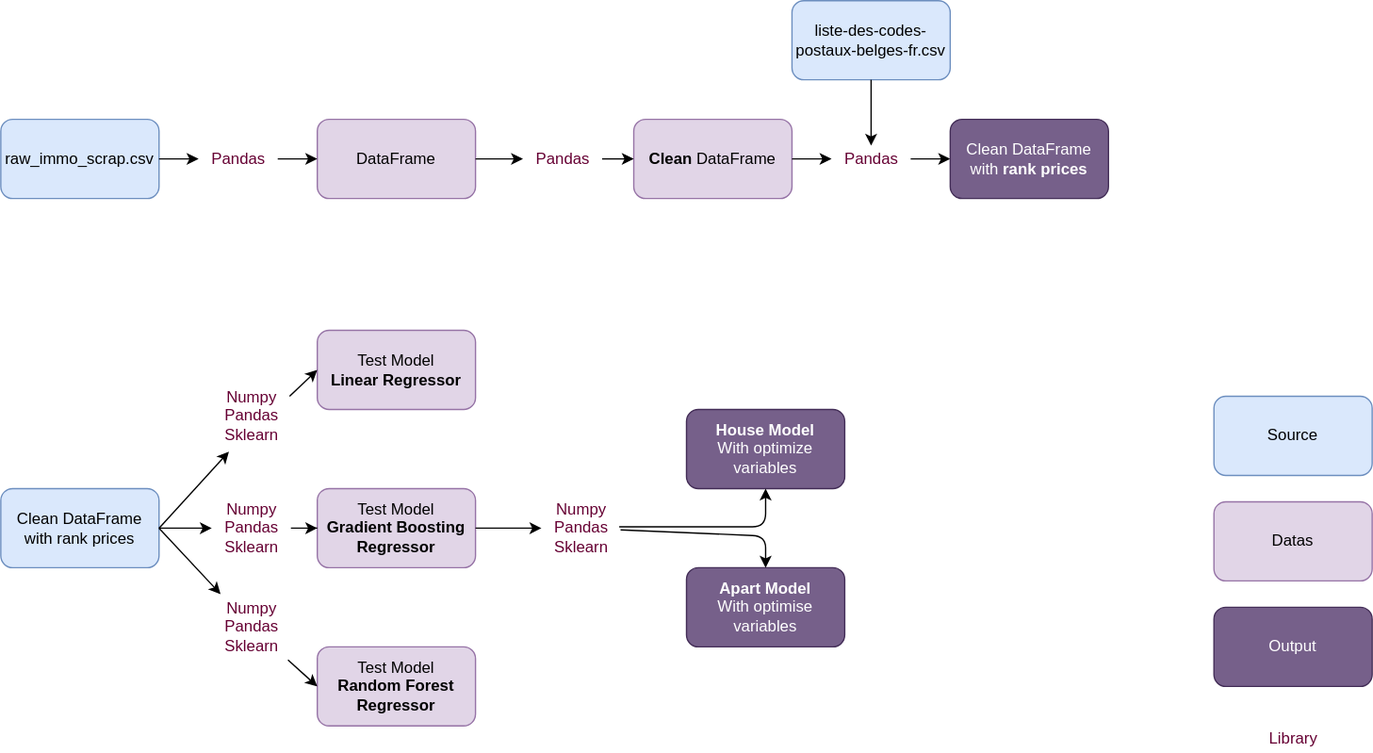
Before: Schemas/Prediction Diagram.svg, a diagram exported from draw.io (Demesmaeker/ImmoEliza). Source tidied: cells renumbered, new cells last; positions are measured from the earlier drawing's top-left corner, leaving out a move shared by most shapes.
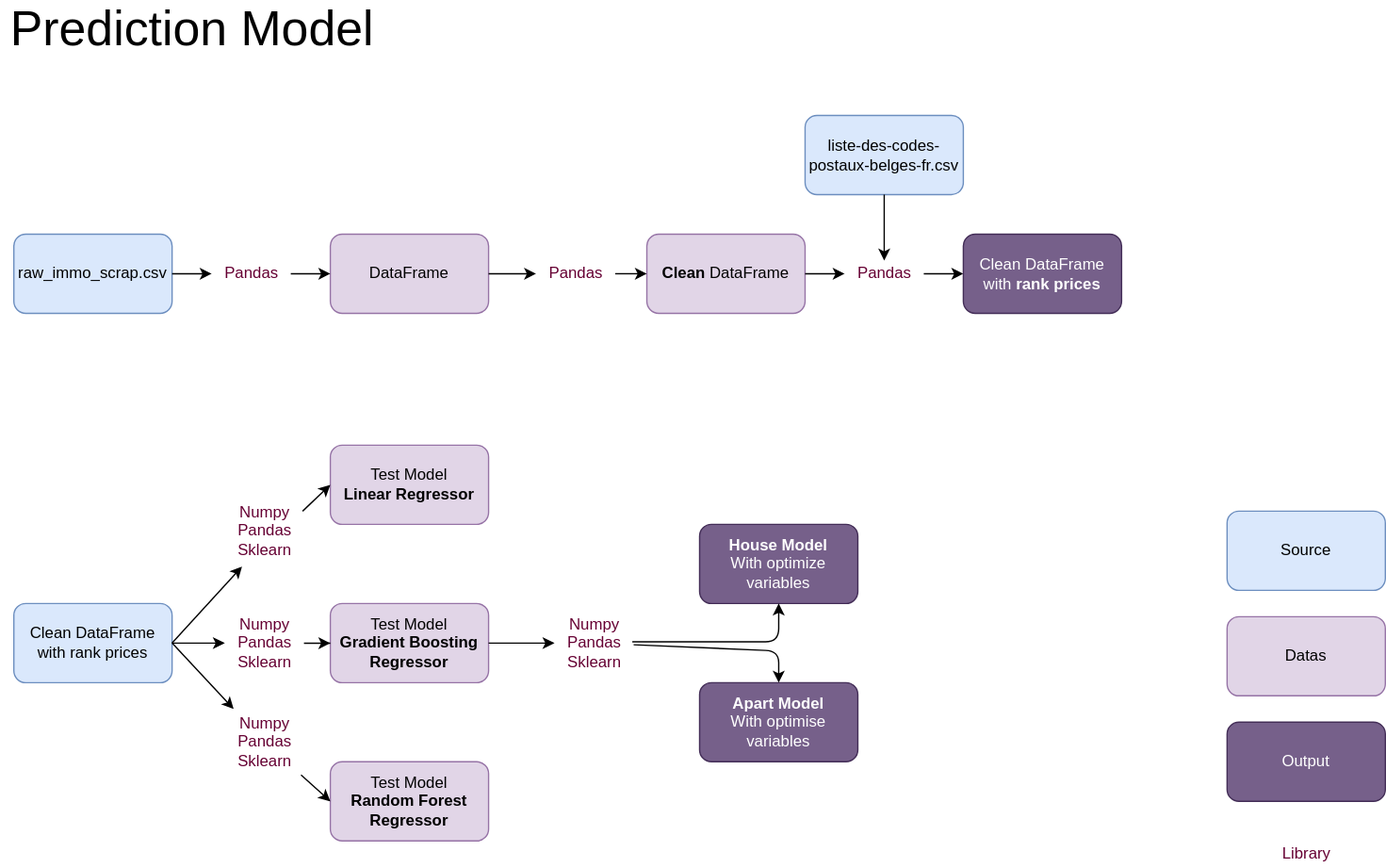
The same diagram one commit later.

Diff of the diagram source:
```diff
@@ -128,5 +128,8 @@
         </Array>
       </mxGeometry>
     </mxCell>
+    <mxCell id="40" value="&lt;font style=&quot;font-size: 37px&quot;&gt;Prediction Model&lt;/font&gt;" style="text;html=1;align=center;verticalAlign=middle;" parent="1" vertex="1">
+      <mxGeometry x="-10" y="-80" width="290" height="30" as="geometry" />
+    </mxCell>
   </root>
 </mxGraphModel>
```
